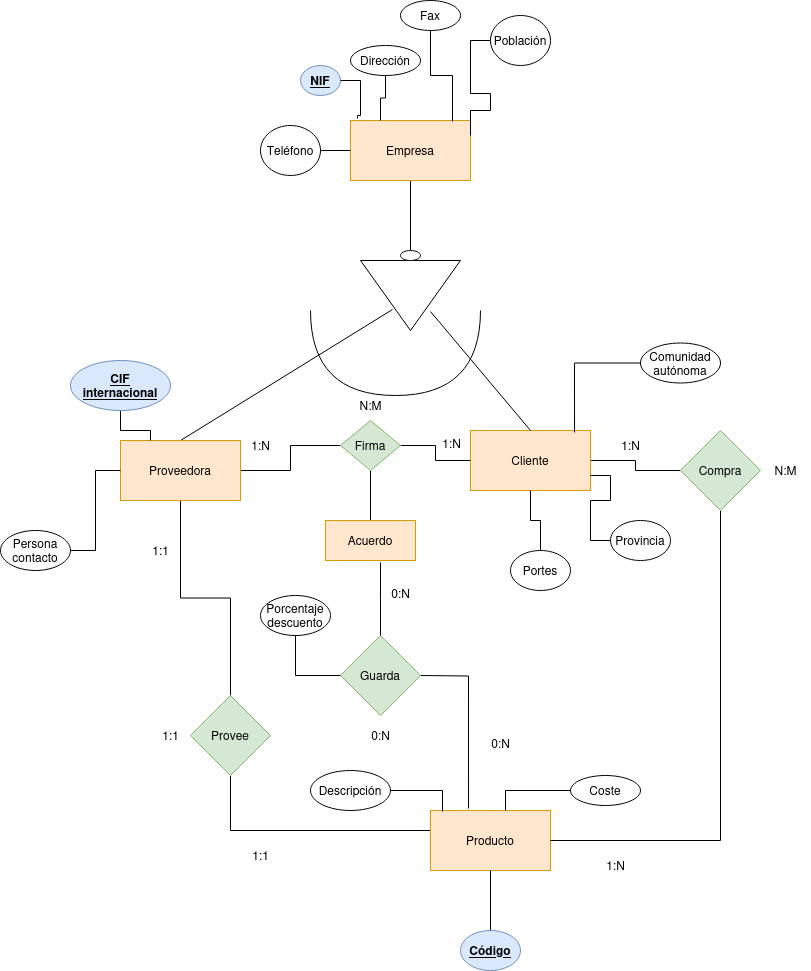
The draw.io diagram unidad1/tareas/tarea-evaluable4/tarea_evaluable4.drawio.png in 21ricardozamora/Base-Datos, before a commit. Source tidied: cells renumbered, new cells last; positions are measured from the earlier drawing's top-left corner, leaving out a move shared by most shapes. Its diagram source:
```xml
<mxGraphModel>
  <root>
    <mxCell id="0" />
    <mxCell id="1" parent="0" />
    <mxCell id="2" style="edgeStyle=orthogonalEdgeStyle;rounded=0;jettySize=auto;html=1;entryX=0.5;entryY=0;entryDx=0;entryDy=0;endArrow=none;endFill=0;" parent="1" edge="1" source="3" target="12">
      <mxGeometry relative="1" as="geometry" />
    </mxCell>
    <mxCell id="3" value="Empresa" style="whiteSpace=wrap;html=1;fillColor=#ffe6cc;strokeColor=#d79b00;" parent="1" vertex="1">
      <mxGeometry x="350" y="120" width="120" height="60" as="geometry" />
    </mxCell>
    <mxCell id="4" style="endArrow=none;html=1;rounded=0;exitX=0.5;exitY=0;exitDx=0;exitDy=0;entryX=0.68;entryY=0.3;entryDx=0;entryDy=0;entryPerimeter=0;" parent="1" edge="1" source="7" target="11">
      <mxGeometry relative="1" as="geometry" />
    </mxCell>
    <mxCell id="5" style="edgeStyle=orthogonalEdgeStyle;rounded=0;jettySize=auto;html=1;endArrow=none;endFill=0;" parent="1" edge="1" source="7" target="15">
      <mxGeometry relative="1" as="geometry" />
    </mxCell>
    <mxCell id="6" style="edgeStyle=orthogonalEdgeStyle;rounded=0;jettySize=auto;html=1;endArrow=none;endFill=0;" parent="1" edge="1" source="7" target="47">
      <mxGeometry relative="1" as="geometry" />
    </mxCell>
    <mxCell id="7" value="Proveedora" style="whiteSpace=wrap;html=1;fillColor=#ffe6cc;strokeColor=#d79b00;" parent="1" vertex="1">
      <mxGeometry x="120" y="440" width="120" height="60" as="geometry" />
    </mxCell>
    <mxCell id="8" style="edgeStyle=orthogonalEdgeStyle;rounded=0;jettySize=auto;html=1;endArrow=none;endFill=0;" parent="1" edge="1" source="9" target="18">
      <mxGeometry relative="1" as="geometry" />
    </mxCell>
    <mxCell id="9" value="Cliente" style="whiteSpace=wrap;html=1;fillColor=#ffe6cc;strokeColor=#d79b00;" parent="1" vertex="1">
      <mxGeometry x="470" y="430" width="120" height="60" as="geometry" />
    </mxCell>
    <mxCell id="10" style="endArrow=none;html=1;rounded=0;exitX=0.5;exitY=0;exitDx=0;exitDy=0;entryX=0.3;entryY=0.271;entryDx=0;entryDy=0;entryPerimeter=0;" parent="1" edge="1" source="9" target="11">
      <mxGeometry relative="1" as="geometry" />
    </mxCell>
    <mxCell id="11" style="verticalLabelPosition=bottom;verticalAlign=top;html=1;shape=mxgraph.basic.acute_triangle;dx=0.5;direction=west;" parent="1" vertex="1">
      <mxGeometry x="360" y="260" width="100" height="70" as="geometry" />
    </mxCell>
    <mxCell id="12" style="ellipse;whiteSpace=wrap;html=1;" parent="1" vertex="1">
      <mxGeometry x="400" y="250" width="20" height="10" as="geometry" />
    </mxCell>
    <mxCell id="13" style="shape=requiredInterface;html=1;verticalLabelPosition=bottom;sketch=0;direction=south;" parent="1" vertex="1">
      <mxGeometry x="310" y="310" width="170" height="85" as="geometry" />
    </mxCell>
    <mxCell id="14" style="edgeStyle=orthogonalEdgeStyle;rounded=0;jettySize=auto;html=1;endArrow=none;endFill=0;" parent="1" edge="1" source="15" target="16">
      <mxGeometry relative="1" as="geometry">
        <Array as="points">
          <mxPoint x="230" y="830" />
        </Array>
      </mxGeometry>
    </mxCell>
    <mxCell id="15" value="Provee" style="rhombus;whiteSpace=wrap;html=1;fillColor=#d5e8d4;strokeColor=#82b366;" parent="1" vertex="1">
      <mxGeometry x="190" y="695" width="80" height="80" as="geometry" />
    </mxCell>
    <mxCell id="16" value="Producto" style="whiteSpace=wrap;html=1;fillColor=#ffe6cc;strokeColor=#d79b00;" parent="1" vertex="1">
      <mxGeometry x="430" y="810" width="120" height="60" as="geometry" />
    </mxCell>
    <mxCell id="17" style="edgeStyle=orthogonalEdgeStyle;rounded=0;jettySize=auto;html=1;entryX=1;entryY=0.5;entryDx=0;entryDy=0;endArrow=none;endFill=0;" parent="1" edge="1" source="18" target="16">
      <mxGeometry relative="1" as="geometry">
        <Array as="points">
          <mxPoint x="720" y="840" />
        </Array>
      </mxGeometry>
    </mxCell>
    <mxCell id="18" value="Compra" style="rhombus;whiteSpace=wrap;html=1;fillColor=#d5e8d4;strokeColor=#82b366;" parent="1" vertex="1">
      <mxGeometry x="680" y="430" width="80" height="80" as="geometry" />
    </mxCell>
    <mxCell id="19" value="Fax" style="ellipse;whiteSpace=wrap;html=1;" parent="1" vertex="1">
      <mxGeometry x="400" width="60" height="30" as="geometry" />
    </mxCell>
    <mxCell id="20" style="edgeStyle=orthogonalEdgeStyle;rounded=0;jettySize=auto;html=1;endArrow=none;endFill=0;" parent="1" edge="1" source="21" target="3">
      <mxGeometry relative="1" as="geometry" />
    </mxCell>
    <mxCell id="21" value="Teléfono" style="ellipse;whiteSpace=wrap;html=1;" parent="1" vertex="1">
      <mxGeometry x="260" y="125" width="60" height="50" as="geometry" />
    </mxCell>
    <mxCell id="22" style="edgeStyle=orthogonalEdgeStyle;rounded=0;jettySize=auto;html=1;entryX=1;entryY=0.25;entryDx=0;entryDy=0;endArrow=none;endFill=0;" parent="1" edge="1" source="23" target="3">
      <mxGeometry relative="1" as="geometry">
        <Array as="points">
          <mxPoint x="470" y="40" />
          <mxPoint x="470" y="93" />
          <mxPoint x="490" y="93" />
          <mxPoint x="490" y="110" />
          <mxPoint x="470" y="110" />
        </Array>
      </mxGeometry>
    </mxCell>
    <mxCell id="23" value="Población" style="ellipse;whiteSpace=wrap;html=1;" parent="1" vertex="1">
      <mxGeometry x="490" y="15" width="60" height="50" as="geometry" />
    </mxCell>
    <mxCell id="24" style="edgeStyle=orthogonalEdgeStyle;rounded=0;jettySize=auto;html=1;entryX=0.25;entryY=0;entryDx=0;entryDy=0;endArrow=none;endFill=0;" parent="1" edge="1" source="25" target="3">
      <mxGeometry relative="1" as="geometry" />
    </mxCell>
    <mxCell id="25" value="Dirección" style="ellipse;whiteSpace=wrap;html=1;" parent="1" vertex="1">
      <mxGeometry x="350" y="45" width="70" height="30" as="geometry" />
    </mxCell>
    <mxCell id="26" value="&lt;u&gt;&lt;b&gt;NIF&lt;/b&gt;&lt;/u&gt;" style="ellipse;whiteSpace=wrap;html=1;fillColor=#dae8fc;strokeColor=#6c8ebf;" parent="1" vertex="1">
      <mxGeometry x="300" y="65" width="40" height="30" as="geometry" />
    </mxCell>
    <mxCell id="27" style="edgeStyle=orthogonalEdgeStyle;rounded=0;jettySize=auto;html=1;entryX=0.058;entryY=-0.033;entryDx=0;entryDy=0;entryPerimeter=0;endArrow=none;endFill=0;" parent="1" edge="1" source="26" target="3">
      <mxGeometry relative="1" as="geometry" />
    </mxCell>
    <mxCell id="28" style="edgeStyle=orthogonalEdgeStyle;rounded=0;jettySize=auto;html=1;entryX=0.85;entryY=0.017;entryDx=0;entryDy=0;entryPerimeter=0;endArrow=none;endFill=0;" parent="1" edge="1" source="19" target="3">
      <mxGeometry relative="1" as="geometry" />
    </mxCell>
    <mxCell id="29" style="edgeStyle=orthogonalEdgeStyle;rounded=0;jettySize=auto;html=1;endArrow=none;endFill=0;" parent="1" edge="1" source="30" target="9">
      <mxGeometry relative="1" as="geometry" />
    </mxCell>
    <mxCell id="30" value="Portes" style="ellipse;whiteSpace=wrap;html=1;" parent="1" vertex="1">
      <mxGeometry x="510" y="550" width="60" height="40" as="geometry" />
    </mxCell>
    <mxCell id="31" value="&lt;div&gt;Comunidad&lt;/div&gt;&lt;div&gt;autónoma&lt;br&gt;&lt;/div&gt;" style="ellipse;whiteSpace=wrap;html=1;" parent="1" vertex="1">
      <mxGeometry x="640" y="342.5" width="80" height="40" as="geometry" />
    </mxCell>
    <mxCell id="32" style="edgeStyle=orthogonalEdgeStyle;rounded=0;jettySize=auto;html=1;entryX=1;entryY=0.75;entryDx=0;entryDy=0;endArrow=none;endFill=0;" parent="1" edge="1" source="33" target="9">
      <mxGeometry relative="1" as="geometry" />
    </mxCell>
    <mxCell id="33" value="Provincia" style="ellipse;whiteSpace=wrap;html=1;" parent="1" vertex="1">
      <mxGeometry x="610" y="520" width="60" height="40" as="geometry" />
    </mxCell>
    <mxCell id="34" style="edgeStyle=orthogonalEdgeStyle;rounded=0;jettySize=auto;html=1;entryX=0.867;entryY=0.033;entryDx=0;entryDy=0;entryPerimeter=0;endArrow=none;endFill=0;" parent="1" edge="1" source="31" target="9">
      <mxGeometry relative="1" as="geometry" />
    </mxCell>
    <mxCell id="35" style="edgeStyle=orthogonalEdgeStyle;rounded=0;jettySize=auto;html=1;entryX=0;entryY=0.5;entryDx=0;entryDy=0;endArrow=none;endFill=0;" parent="1" edge="1" source="36" target="7">
      <mxGeometry relative="1" as="geometry" />
    </mxCell>
    <mxCell id="36" value="&lt;div&gt;Persona&lt;/div&gt;&lt;div&gt;contacto&lt;br&gt;&lt;/div&gt;" style="ellipse;whiteSpace=wrap;html=1;" parent="1" vertex="1">
      <mxGeometry y="530" width="70" height="40" as="geometry" />
    </mxCell>
    <mxCell id="37" style="edgeStyle=orthogonalEdgeStyle;rounded=0;jettySize=auto;html=1;entryX=0.25;entryY=0;entryDx=0;entryDy=0;endArrow=none;endFill=0;" parent="1" edge="1" source="38" target="7">
      <mxGeometry relative="1" as="geometry" />
    </mxCell>
    <mxCell id="38" value="&lt;div&gt;&lt;u&gt;&lt;b&gt;CIF&lt;/b&gt;&lt;/u&gt;&lt;/div&gt;&lt;div&gt;&lt;u&gt;&lt;b&gt;internacional&lt;br&gt;&lt;/b&gt;&lt;/u&gt;&lt;/div&gt;" style="ellipse;whiteSpace=wrap;html=1;fillColor=#dae8fc;strokeColor=#6c8ebf;" parent="1" vertex="1">
      <mxGeometry x="70" y="360" width="100" height="50" as="geometry" />
    </mxCell>
    <mxCell id="39" value="Coste" style="ellipse;whiteSpace=wrap;html=1;" parent="1" vertex="1">
      <mxGeometry x="570" y="775" width="70" height="30" as="geometry" />
    </mxCell>
    <mxCell id="40" value="Descripción" style="ellipse;whiteSpace=wrap;html=1;" parent="1" vertex="1">
      <mxGeometry x="310" y="770" width="80" height="40" as="geometry" />
    </mxCell>
    <mxCell id="41" style="edgeStyle=orthogonalEdgeStyle;rounded=0;jettySize=auto;html=1;exitX=0.5;exitY=0;exitDx=0;exitDy=0;entryX=0.5;entryY=1;entryDx=0;entryDy=0;endArrow=none;endFill=0;" parent="1" edge="1" source="42" target="16">
      <mxGeometry relative="1" as="geometry" />
    </mxCell>
    <mxCell id="42" value="&lt;u&gt;&lt;b&gt;Código&lt;/b&gt;&lt;/u&gt;" style="ellipse;whiteSpace=wrap;html=1;fillColor=#dae8fc;strokeColor=#6c8ebf;" parent="1" vertex="1">
      <mxGeometry x="460" y="930" width="60" height="40" as="geometry" />
    </mxCell>
    <mxCell id="43" style="edgeStyle=orthogonalEdgeStyle;rounded=0;jettySize=auto;html=1;entryX=0.1;entryY=0.017;entryDx=0;entryDy=0;entryPerimeter=0;endArrow=none;endFill=0;" parent="1" edge="1" source="40" target="16">
      <mxGeometry relative="1" as="geometry" />
    </mxCell>
    <mxCell id="44" style="edgeStyle=orthogonalEdgeStyle;rounded=0;jettySize=auto;html=1;entryX=0.625;entryY=0;entryDx=0;entryDy=0;entryPerimeter=0;endArrow=none;endFill=0;" parent="1" edge="1" source="39" target="16">
      <mxGeometry relative="1" as="geometry" />
    </mxCell>
    <mxCell id="45" style="edgeStyle=orthogonalEdgeStyle;rounded=0;jettySize=auto;html=1;exitX=0.5;exitY=1;exitDx=0;exitDy=0;entryX=0.5;entryY=0;entryDx=0;entryDy=0;endArrow=none;endFill=0;" parent="1" edge="1" source="47" target="48">
      <mxGeometry relative="1" as="geometry" />
    </mxCell>
    <mxCell id="46" style="edgeStyle=orthogonalEdgeStyle;rounded=0;jettySize=auto;html=1;exitX=1;exitY=0.5;exitDx=0;exitDy=0;endArrow=none;endFill=0;" parent="1" edge="1" source="47" target="9">
      <mxGeometry relative="1" as="geometry" />
    </mxCell>
    <mxCell id="47" value="Firma" style="rhombus;whiteSpace=wrap;html=1;fillColor=#d5e8d4;strokeColor=#82b366;" parent="1" vertex="1">
      <mxGeometry x="340" y="420" width="60" height="50" as="geometry" />
    </mxCell>
    <mxCell id="48" value="Acuerdo" style="whiteSpace=wrap;html=1;fillColor=#ffe6cc;strokeColor=#d79b00;" parent="1" vertex="1">
      <mxGeometry x="325" y="520" width="90" height="40" as="geometry" />
    </mxCell>
    <mxCell id="49" style="edgeStyle=orthogonalEdgeStyle;rounded=0;jettySize=auto;html=1;entryX=0.317;entryY=-0.033;entryDx=0;entryDy=0;entryPerimeter=0;endArrow=none;endFill=0;" parent="1" edge="1" target="16">
      <mxGeometry relative="1" as="geometry">
        <mxPoint x="420" y="675" as="sourcePoint" />
      </mxGeometry>
    </mxCell>
    <mxCell id="50" value="1:1" style="text;html=1;align=center;verticalAlign=middle;strokeColor=none;fillColor=none;" parent="1" vertex="1">
      <mxGeometry x="140" y="535" width="40" height="30" as="geometry" />
    </mxCell>
    <mxCell id="51" value="1:1" style="text;html=1;align=center;verticalAlign=middle;strokeColor=none;fillColor=none;" parent="1" vertex="1">
      <mxGeometry x="240" y="840" width="40" height="30" as="geometry" />
    </mxCell>
    <mxCell id="52" value="1:1" style="text;html=1;align=center;verticalAlign=middle;strokeColor=none;fillColor=none;" parent="1" vertex="1">
      <mxGeometry x="150" y="720" width="40" height="30" as="geometry" />
    </mxCell>
    <mxCell id="53" value="1:N" style="text;html=1;align=center;verticalAlign=middle;strokeColor=none;fillColor=none;" parent="1" vertex="1">
      <mxGeometry x="610" y="430" width="40" height="30" as="geometry" />
    </mxCell>
    <mxCell id="54" value="1:N" style="text;html=1;align=center;verticalAlign=middle;strokeColor=none;fillColor=none;" parent="1" vertex="1">
      <mxGeometry x="595" y="850" width="40" height="30" as="geometry" />
    </mxCell>
    <mxCell id="55" value="1:N" style="text;html=1;align=center;verticalAlign=middle;strokeColor=none;fillColor=none;" parent="1" vertex="1">
      <mxGeometry x="240" y="430" width="40" height="30" as="geometry" />
    </mxCell>
    <mxCell id="56" value="1:N" style="text;html=1;align=center;verticalAlign=middle;strokeColor=none;fillColor=none;" parent="1" vertex="1">
      <mxGeometry x="431" y="428" width="40" height="30" as="geometry" />
    </mxCell>
    <mxCell id="57" value="N:M" style="text;html=1;align=center;verticalAlign=middle;strokeColor=none;fillColor=none;" parent="1" vertex="1">
      <mxGeometry x="345" y="390" width="50" height="30" as="geometry" />
    </mxCell>
    <mxCell id="58" value="N:M" style="text;html=1;align=center;verticalAlign=middle;strokeColor=none;fillColor=none;" parent="1" vertex="1">
      <mxGeometry x="760" y="455" width="50" height="30" as="geometry" />
    </mxCell>
    <mxCell id="59" value="0:N" style="text;html=1;align=center;verticalAlign=middle;strokeColor=none;fillColor=none;" parent="1" vertex="1">
      <mxGeometry x="480" y="728" width="40" height="30" as="geometry" />
    </mxCell>
    <mxCell id="60" value="0:N" style="text;html=1;align=center;verticalAlign=middle;strokeColor=none;fillColor=none;" parent="1" vertex="1">
      <mxGeometry x="360" y="720" width="40" height="30" as="geometry" />
    </mxCell>
    <mxCell id="61" value="Guarda" style="rhombus;whiteSpace=wrap;html=1;fillColor=#d5e8d4;strokeColor=#82b366;" parent="1" vertex="1">
      <mxGeometry x="340" y="635" width="80" height="80" as="geometry" />
    </mxCell>
    <mxCell id="62" style="edgeStyle=orthogonalEdgeStyle;rounded=0;jettySize=auto;html=1;exitX=0.5;exitY=0;exitDx=0;exitDy=0;entryX=0.611;entryY=1.05;entryDx=0;entryDy=0;entryPerimeter=0;endArrow=none;endFill=0;" parent="1" edge="1" source="61">
      <mxGeometry relative="1" as="geometry">
        <mxPoint x="380" y="562" as="targetPoint" />
      </mxGeometry>
    </mxCell>
    <mxCell id="63" style="edgeStyle=orthogonalEdgeStyle;rounded=0;jettySize=auto;html=1;entryX=0;entryY=0.5;entryDx=0;entryDy=0;exitX=0.5;exitY=1;exitDx=0;exitDy=0;endArrow=none;endFill=0;" parent="1" edge="1" source="64" target="61">
      <mxGeometry relative="1" as="geometry" />
    </mxCell>
    <mxCell id="64" value="&lt;div&gt;Porcentaje&lt;/div&gt;&lt;div&gt;descuento&lt;br&gt;&lt;/div&gt;" style="ellipse;whiteSpace=wrap;html=1;" parent="1" vertex="1">
      <mxGeometry x="260" y="595" width="70" height="40" as="geometry" />
    </mxCell>
    <mxCell id="65" value="0:N" style="text;html=1;align=center;verticalAlign=middle;strokeColor=none;fillColor=none;" parent="1" vertex="1">
      <mxGeometry x="380" y="578" width="40" height="30" as="geometry" />
    </mxCell>
  </root>
</mxGraphModel>
```
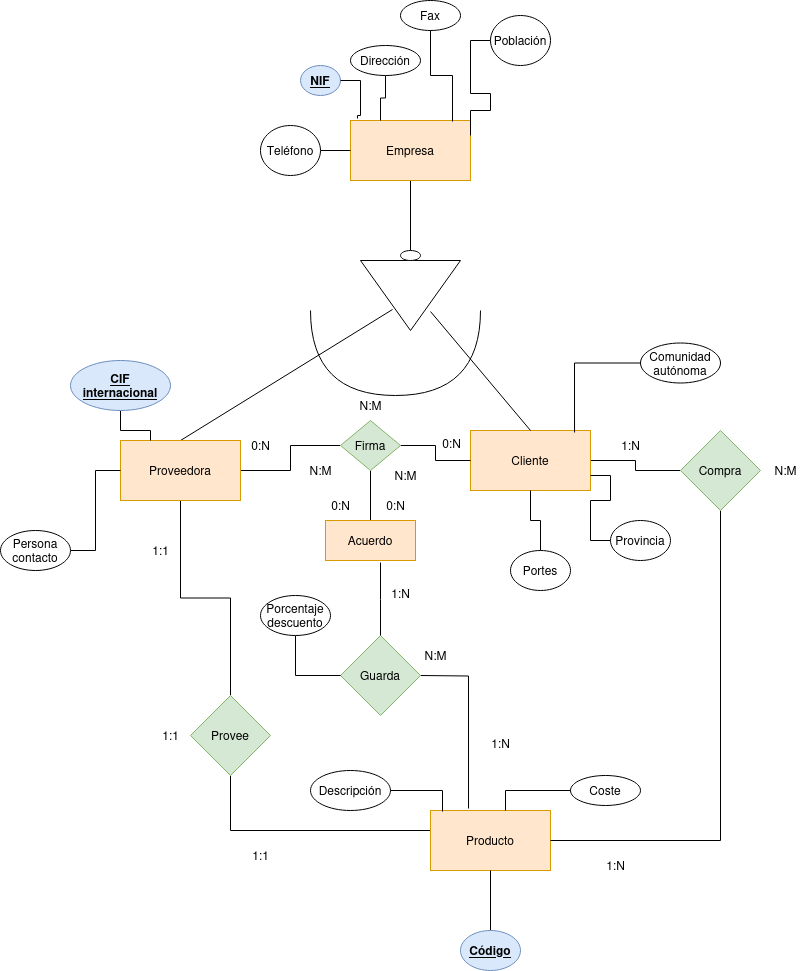
The same file after the commit.

The edit, as a diff of the source:
```diff
@@ -179,10 +179,10 @@
     <mxCell id="54" value="1:N" style="text;html=1;align=center;verticalAlign=middle;strokeColor=none;fillColor=none;" parent="1" vertex="1">
       <mxGeometry x="595" y="850" width="40" height="30" as="geometry" />
     </mxCell>
-    <mxCell id="55" value="1:N" style="text;html=1;align=center;verticalAlign=middle;strokeColor=none;fillColor=none;" parent="1" vertex="1">
+    <mxCell id="55" value="0:N" style="text;html=1;align=center;verticalAlign=middle;strokeColor=none;fillColor=none;" parent="1" vertex="1">
       <mxGeometry x="240" y="430" width="40" height="30" as="geometry" />
     </mxCell>
-    <mxCell id="56" value="1:N" style="text;html=1;align=center;verticalAlign=middle;strokeColor=none;fillColor=none;" parent="1" vertex="1">
+    <mxCell id="56" value="0:N" style="text;html=1;align=center;verticalAlign=middle;strokeColor=none;fillColor=none;" parent="1" vertex="1">
       <mxGeometry x="431" y="428" width="40" height="30" as="geometry" />
     </mxCell>
     <mxCell id="57" value="N:M" style="text;html=1;align=center;verticalAlign=middle;strokeColor=none;fillColor=none;" parent="1" vertex="1">
@@ -191,11 +191,11 @@
     <mxCell id="58" value="N:M" style="text;html=1;align=center;verticalAlign=middle;strokeColor=none;fillColor=none;" parent="1" vertex="1">
       <mxGeometry x="760" y="455" width="50" height="30" as="geometry" />
     </mxCell>
-    <mxCell id="59" value="0:N" style="text;html=1;align=center;verticalAlign=middle;strokeColor=none;fillColor=none;" parent="1" vertex="1">
+    <mxCell id="59" value="1:N" style="text;html=1;align=center;verticalAlign=middle;strokeColor=none;fillColor=none;" parent="1" vertex="1">
       <mxGeometry x="480" y="728" width="40" height="30" as="geometry" />
     </mxCell>
-    <mxCell id="60" value="0:N" style="text;html=1;align=center;verticalAlign=middle;strokeColor=none;fillColor=none;" parent="1" vertex="1">
-      <mxGeometry x="360" y="720" width="40" height="30" as="geometry" />
+    <mxCell id="60" value="N:M" style="text;html=1;align=center;verticalAlign=middle;strokeColor=none;fillColor=none;" parent="1" vertex="1">
+      <mxGeometry x="410" y="640" width="50" height="30" as="geometry" />
     </mxCell>
     <mxCell id="61" value="Guarda" style="rhombus;whiteSpace=wrap;html=1;fillColor=#d5e8d4;strokeColor=#82b366;" parent="1" vertex="1">
       <mxGeometry x="340" y="635" width="80" height="80" as="geometry" />
@@ -211,8 +211,20 @@
     <mxCell id="64" value="&lt;div&gt;Porcentaje&lt;/div&gt;&lt;div&gt;descuento&lt;br&gt;&lt;/div&gt;" style="ellipse;whiteSpace=wrap;html=1;" parent="1" vertex="1">
       <mxGeometry x="260" y="595" width="70" height="40" as="geometry" />
     </mxCell>
-    <mxCell id="65" value="0:N" style="text;html=1;align=center;verticalAlign=middle;strokeColor=none;fillColor=none;" parent="1" vertex="1">
+    <mxCell id="65" value="1:N" style="text;html=1;align=center;verticalAlign=middle;strokeColor=none;fillColor=none;" parent="1" vertex="1">
       <mxGeometry x="380" y="578" width="40" height="30" as="geometry" />
     </mxCell>
+    <mxCell id="66" value="0:N" style="text;html=1;align=center;verticalAlign=middle;strokeColor=none;fillColor=none;" parent="1" vertex="1">
+      <mxGeometry x="375" y="490" width="40" height="30" as="geometry" />
+    </mxCell>
+    <mxCell id="67" value="0:N" style="text;html=1;align=center;verticalAlign=middle;strokeColor=none;fillColor=none;" parent="1" vertex="1">
+      <mxGeometry x="320" y="490" width="40" height="30" as="geometry" />
+    </mxCell>
+    <mxCell id="68" value="N:M" style="text;html=1;align=center;verticalAlign=middle;strokeColor=none;fillColor=none;" parent="1" vertex="1">
+      <mxGeometry x="295" y="455" width="50" height="30" as="geometry" />
+    </mxCell>
+    <mxCell id="69" value="N:M" style="text;html=1;align=center;verticalAlign=middle;strokeColor=none;fillColor=none;" parent="1" vertex="1">
+      <mxGeometry x="380" y="460" width="50" height="30" as="geometry" />
+    </mxCell>
   </root>
 </mxGraphModel>
```
